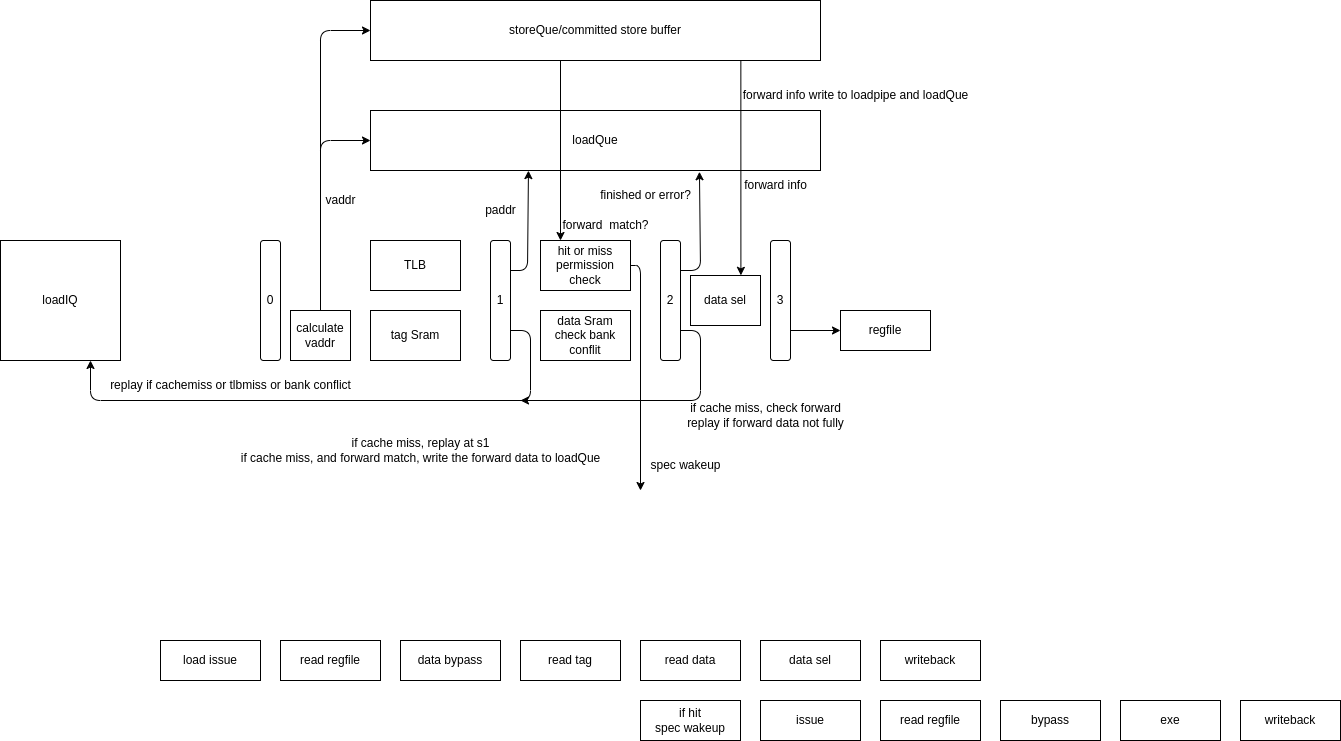
tastynoob/aura-core keeps this draw.io diagram as doc/loadpipe.drawio.png. Above is the earlier version. Source tidied: cells renumbered, new cells last; positions are measured from the earlier drawing's top-left corner, leaving out a move shared by most shapes.
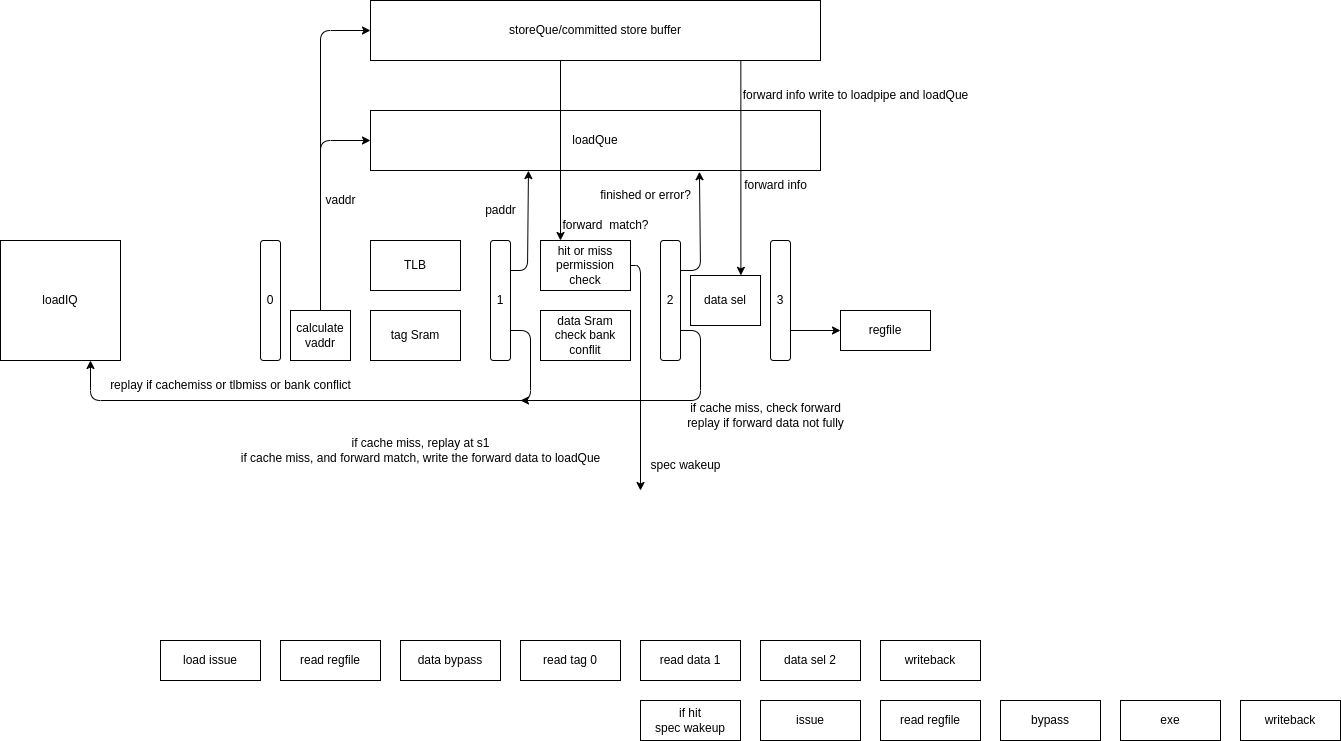
After the change.

Change to the diagram source:
```diff
@@ -128,13 +128,13 @@
     <mxCell id="32" value="data bypass" style="rounded=0;whiteSpace=wrap;html=1;" parent="1" vertex="1">
       <mxGeometry x="400" y="640" width="100" height="40" as="geometry" />
     </mxCell>
-    <mxCell id="33" value="read tag" style="rounded=0;whiteSpace=wrap;html=1;" parent="1" vertex="1">
+    <mxCell id="33" value="read tag 0" style="rounded=0;whiteSpace=wrap;html=1;" parent="1" vertex="1">
       <mxGeometry x="520" y="640" width="100" height="40" as="geometry" />
     </mxCell>
-    <mxCell id="34" value="read data" style="rounded=0;whiteSpace=wrap;html=1;" parent="1" vertex="1">
+    <mxCell id="34" value="read data 1" style="rounded=0;whiteSpace=wrap;html=1;" parent="1" vertex="1">
       <mxGeometry x="640" y="640" width="100" height="40" as="geometry" />
     </mxCell>
-    <mxCell id="35" value="data sel" style="rounded=0;whiteSpace=wrap;html=1;" parent="1" vertex="1">
+    <mxCell id="35" value="data sel 2" style="rounded=0;whiteSpace=wrap;html=1;" parent="1" vertex="1">
       <mxGeometry x="760" y="640" width="100" height="40" as="geometry" />
     </mxCell>
     <mxCell id="36" value="writeback" style="rounded=0;whiteSpace=wrap;html=1;" parent="1" vertex="1">
```
